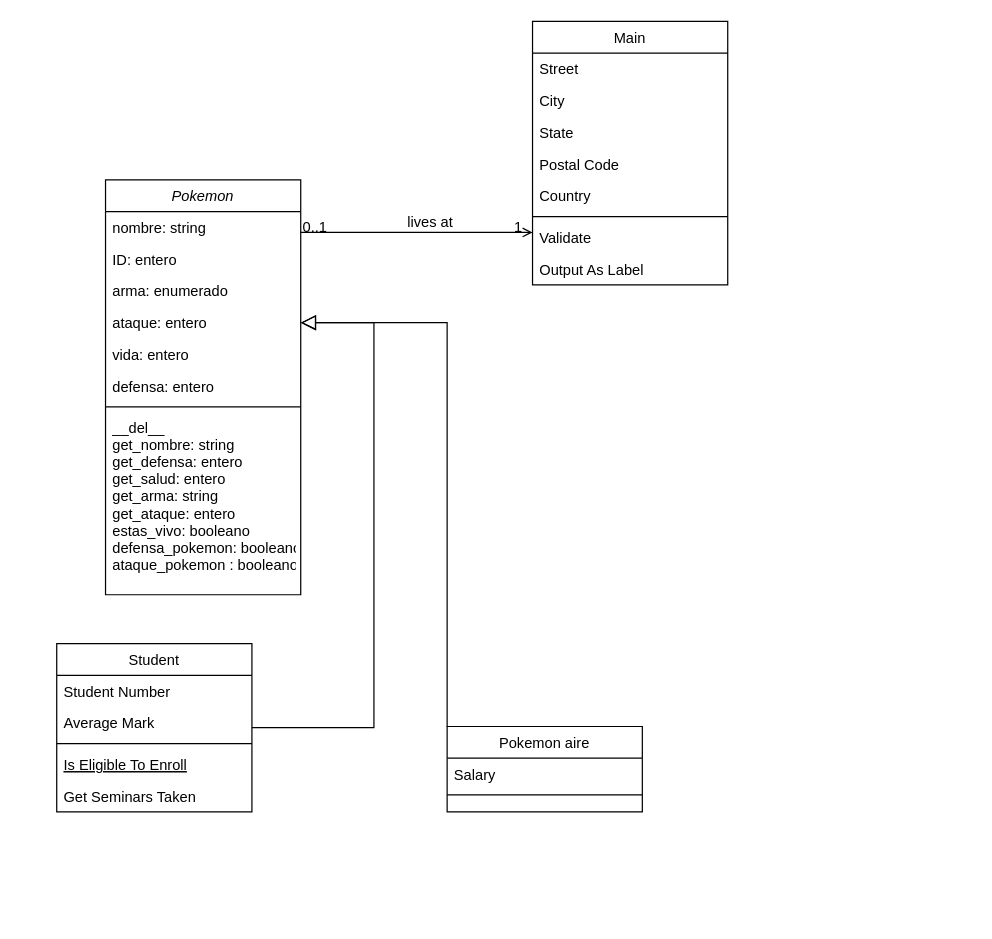
The draw.io diagram Pokemon.drawio in andmansim/Parcial-del-8, before the edit. Source tidied: cells renumbered, new cells numbered last; positions are measured from the earlier drawing's top-left corner, leaving out a move shared by most shapes. Both pictures are drawn from the tidied source at 122%, with x=0, y=0 at pixel (56, 21).
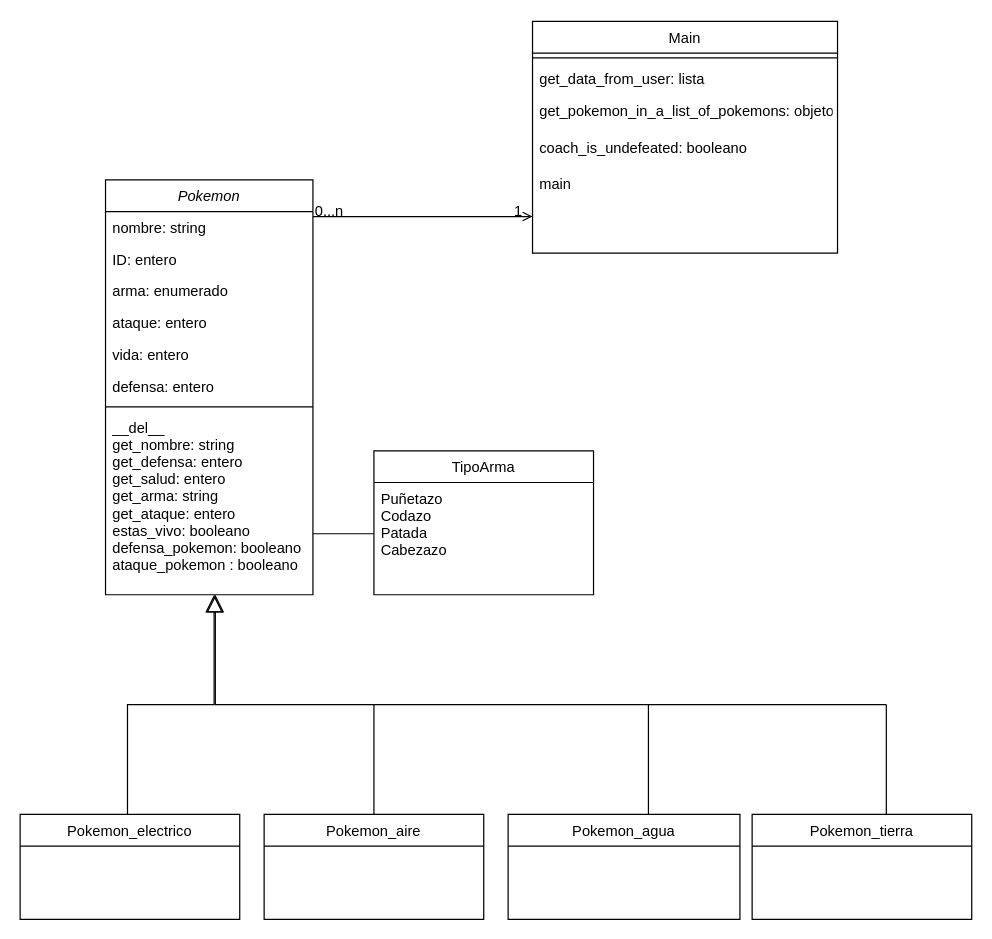
The same page after the edit.

The change refers to these unchanged cells:
```xml
<mxCell id="30" style="endArrow=open;shadow=0;strokeWidth=1;rounded=0;endFill=1;edgeStyle=elbowEdgeStyle;elbow=vertical;" parent="1" edge="1" source="2" target="21">
  <mxGeometry x="0.5" y="41" relative="1" as="geometry">
    <mxPoint x="-40" y="32" as="offset" />
  </mxGeometry>
</mxCell>
```

Diff of the diagram source:
```diff
@@
     <mxCell id="2" value="Pokemon" style="swimlane;fontStyle=2;align=center;verticalAlign=top;horizontal=1;startSize=26;rounded=0;shadow=0;strokeWidth=1;" parent="1" vertex="1">
-      <mxGeometry x="40" y="130" width="160" height="340" as="geometry" />
+      <mxGeometry x="40" y="130" width="170" height="340" as="geometry" />
     </mxCell>
     <mxCell id="3" value="nombre: string" style="text;align=left;verticalAlign=top;spacingLeft=4;spacingRight=4;overflow=hidden;" parent="2" vertex="1">
-      <mxGeometry y="26" width="160" height="26" as="geometry" />
+      <mxGeometry y="26" width="170" height="26" as="geometry" />
     </mxCell>
     <mxCell id="4" value="ID: entero" style="text;align=left;verticalAlign=top;spacingLeft=4;spacingRight=4;overflow=hidden;rounded=0;shadow=0;html=0;" parent="2" vertex="1">
-      <mxGeometry y="52" width="160" height="26" as="geometry" />
+      <mxGeometry y="52" width="170" height="26" as="geometry" />
     </mxCell>
     <mxCell id="5" value="arma: enumerado" style="text;align=left;verticalAlign=top;spacingLeft=4;spacingRight=4;overflow=hidden;rounded=0;shadow=0;html=0;" parent="2" vertex="1">
-      <mxGeometry y="78" width="160" height="26" as="geometry" />
+      <mxGeometry y="78" width="170" height="26" as="geometry" />
     </mxCell>
     <mxCell id="6" value="ataque: entero" style="text;align=left;verticalAlign=top;spacingLeft=4;spacingRight=4;overflow=hidden;points=[[0,0.5],[1,0.5]];portConstraint=eastwest;rounded=0;shadow=0;html=0;" parent="2" vertex="1">
-      <mxGeometry y="104" width="160" height="26" as="geometry" />
+      <mxGeometry y="104" width="170" height="26" as="geometry" />
     </mxCell>
     <mxCell id="7" value="vida: entero" style="text;align=left;verticalAlign=top;spacingLeft=4;spacingRight=4;overflow=hidden;rounded=0;shadow=0;html=0;" parent="2" vertex="1">
-      <mxGeometry y="130" width="160" height="26" as="geometry" />
+      <mxGeometry y="130" width="170" height="26" as="geometry" />
     </mxCell>
     <mxCell id="8" value="defensa: entero" style="text;align=left;verticalAlign=top;spacingLeft=4;spacingRight=4;overflow=hidden;rounded=0;shadow=0;html=0;" parent="2" vertex="1">
-      <mxGeometry y="156" width="160" height="26" as="geometry" />
+      <mxGeometry y="156" width="170" height="26" as="geometry" />
     </mxCell>
     <mxCell id="9" style="line;html=1;strokeWidth=1;align=left;verticalAlign=middle;spacingTop=-1;spacingLeft=3;spacingRight=3;labelPosition=right;" parent="2" vertex="1">
-      <mxGeometry y="182" width="160" height="8" as="geometry" />
+      <mxGeometry y="182" width="170" height="8" as="geometry" />
     </mxCell>
     <mxCell id="10" value="__del__&#10;get_nombre: string&#10;get_defensa: entero&#10;get_salud: entero&#10;get_arma: string&#10;get_ataque: entero&#10;estas_vivo: booleano&#10;defensa_pokemon: booleano&#10;ataque_pokemon : booleano" style="text;align=left;verticalAlign=top;spacingLeft=4;spacingRight=4;overflow=hidden;" parent="2" vertex="1">
-      <mxGeometry y="190" width="160" height="150" as="geometry" />
+      <mxGeometry y="190" width="170" height="150" as="geometry" />
     </mxCell>
-    <mxCell id="11" value="Student" style="swimlane;fontStyle=0;align=center;verticalAlign=top;horizontal=1;startSize=26;rounded=0;shadow=0;strokeWidth=1;" parent="1" vertex="1">
-      <mxGeometry y="510" width="160" height="138" as="geometry" />
-    </mxCell>
-    <mxCell id="12" value="Student Number" style="text;align=left;verticalAlign=top;spacingLeft=4;spacingRight=4;overflow=hidden;" parent="11" vertex="1">
-      <mxGeometry y="26" width="160" height="26" as="geometry" />
-    </mxCell>
-    <mxCell id="13" value="Average Mark" style="text;align=left;verticalAlign=top;spacingLeft=4;spacingRight=4;overflow=hidden;rounded=0;shadow=0;html=0;" parent="11" vertex="1">
-      <mxGeometry y="52" width="160" height="26" as="geometry" />
-    </mxCell>
-    <mxCell id="14" style="line;html=1;strokeWidth=1;align=left;verticalAlign=middle;spacingTop=-1;spacingLeft=3;spacingRight=3;labelPosition=right;" parent="11" vertex="1">
-      <mxGeometry y="78" width="160" height="8" as="geometry" />
-    </mxCell>
-    <mxCell id="15" value="Is Eligible To Enroll" style="text;align=left;verticalAlign=top;spacingLeft=4;spacingRight=4;overflow=hidden;fontStyle=4;" parent="11" vertex="1">
-      <mxGeometry y="86" width="160" height="26" as="geometry" />
-    </mxCell>
-    <mxCell id="16" value="Get Seminars Taken" style="text;align=left;verticalAlign=top;spacingLeft=4;spacingRight=4;overflow=hidden;" parent="11" vertex="1">
-      <mxGeometry y="112" width="160" height="26" as="geometry" />
-    </mxCell>
-    <mxCell id="17" style="endArrow=block;endSize=10;endFill=0;shadow=0;strokeWidth=1;rounded=0;edgeStyle=elbowEdgeStyle;elbow=vertical;entryX=1;entryY=0.5;entryDx=0;entryDy=0;" parent="1" edge="1" source="11" target="6">
-      <mxGeometry relative="1" as="geometry">
-        <Array as="points">
-          <mxPoint x="260" y="490" />
-        </Array>
-      </mxGeometry>
-    </mxCell>
-    <mxCell id="18" value="Pokemon aire" style="swimlane;fontStyle=0;align=center;verticalAlign=top;horizontal=1;startSize=26;rounded=0;shadow=0;strokeWidth=1;" parent="1" vertex="1">
-      <mxGeometry x="320" y="578" width="160" height="70" as="geometry" />
+    <mxCell id="18" value="Pokemon_aire" style="swimlane;fontStyle=0;align=center;verticalAlign=top;horizontal=1;startSize=26;rounded=0;shadow=0;strokeWidth=1;" parent="1" vertex="1">
+      <mxGeometry x="170" y="650" width="180" height="86" as="geometry" />
     </mxCell>
-    <mxCell id="19" value="Salary" style="text;align=left;verticalAlign=top;spacingLeft=4;spacingRight=4;overflow=hidden;" parent="18" vertex="1">
-      <mxGeometry y="26" width="160" height="26" as="geometry" />
-    </mxCell>
-    <mxCell id="20" style="line;html=1;strokeWidth=1;align=left;verticalAlign=middle;spacingTop=-1;spacingLeft=3;spacingRight=3;labelPosition=right;" parent="18" vertex="1">
-      <mxGeometry y="52" width="160" height="8" as="geometry" />
-    </mxCell>
     <mxCell id="21" value="Main" style="swimlane;fontStyle=0;align=center;verticalAlign=top;horizontal=1;startSize=26;rounded=0;shadow=0;strokeWidth=1;" parent="1" vertex="1">
-      <mxGeometry x="390" width="160" height="216" as="geometry" />
+      <mxGeometry x="390" width="250" height="190" as="geometry" />
     </mxCell>
-    <mxCell id="22" value="Street" style="text;align=left;verticalAlign=top;spacingLeft=4;spacingRight=4;overflow=hidden;" parent="21" vertex="1">
-      <mxGeometry y="26" width="160" height="26" as="geometry" />
-    </mxCell>
-    <mxCell id="23" value="City" style="text;align=left;verticalAlign=top;spacingLeft=4;spacingRight=4;overflow=hidden;rounded=0;shadow=0;html=0;" parent="21" vertex="1">
-      <mxGeometry y="52" width="160" height="26" as="geometry" />
-    </mxCell>
-    <mxCell id="24" value="State" style="text;align=left;verticalAlign=top;spacingLeft=4;spacingRight=4;overflow=hidden;rounded=0;shadow=0;html=0;" parent="21" vertex="1">
-      <mxGeometry y="78" width="160" height="26" as="geometry" />
-    </mxCell>
-    <mxCell id="25" value="Postal Code" style="text;align=left;verticalAlign=top;spacingLeft=4;spacingRight=4;overflow=hidden;rounded=0;shadow=0;html=0;" parent="21" vertex="1">
-      <mxGeometry y="104" width="160" height="26" as="geometry" />
-    </mxCell>
-    <mxCell id="26" value="Country" style="text;align=left;verticalAlign=top;spacingLeft=4;spacingRight=4;overflow=hidden;rounded=0;shadow=0;html=0;" parent="21" vertex="1">
-      <mxGeometry y="130" width="160" height="26" as="geometry" />
-    </mxCell>
     <mxCell id="27" style="line;html=1;strokeWidth=1;align=left;verticalAlign=middle;spacingTop=-1;spacingLeft=3;spacingRight=3;labelPosition=right;" parent="21" vertex="1">
-      <mxGeometry y="156" width="160" height="8" as="geometry" />
+      <mxGeometry y="26" width="250" height="8" as="geometry" />
     </mxCell>
-    <mxCell id="28" value="Validate" style="text;align=left;verticalAlign=top;spacingLeft=4;spacingRight=4;overflow=hidden;" parent="21" vertex="1">
-      <mxGeometry y="164" width="160" height="26" as="geometry" />
+    <mxCell id="28" value="get_data_from_user: lista" style="text;align=left;verticalAlign=top;spacingLeft=4;spacingRight=4;overflow=hidden;" parent="21" vertex="1">
+      <mxGeometry y="34" width="250" height="26" as="geometry" />
     </mxCell>
-    <mxCell id="29" value="Output As Label" style="text;align=left;verticalAlign=top;spacingLeft=4;spacingRight=4;overflow=hidden;" parent="21" vertex="1">
-      <mxGeometry y="190" width="160" height="26" as="geometry" />
+    <mxCell id="29" value="get_pokemon_in_a_list_of_pokemons: objeto" style="text;align=left;verticalAlign=top;spacingLeft=4;spacingRight=4;overflow=hidden;" parent="21" vertex="1">
+      <mxGeometry y="60" width="250" height="30" as="geometry" />
     </mxCell>
+    <mxCell id="35" value="coach_is_undefeated: booleano&#10;" style="text;align=left;verticalAlign=top;spacingLeft=4;spacingRight=4;overflow=hidden;" parent="21" vertex="1">
+      <mxGeometry y="90" width="250" height="30" as="geometry" />
+    </mxCell>
+    <mxCell id="36" value="main" style="text;align=left;verticalAlign=top;spacingLeft=4;spacingRight=4;overflow=hidden;" parent="21" vertex="1">
+      <mxGeometry y="120" width="250" height="70" as="geometry" />
+    </mxCell>
@@
-    <mxCell id="31" value="0..1" style="align=left;verticalAlign=bottom;labelBackgroundColor=none;fontSize=12;" parent="30" vertex="1">
+    <mxCell id="31" value="0...n" style="align=left;verticalAlign=bottom;labelBackgroundColor=none;fontSize=12;" parent="30" vertex="1">
       <mxGeometry x="-1" relative="1" as="geometry">
         <mxPoint y="4" as="offset" />
       </mxGeometry>
     </mxCell>
@@
-    <mxCell id="33" value="lives at" style="text;html=1;align=center;verticalAlign=middle;labelBackgroundColor=none;rounded=0;shadow=0;strokeWidth=1;fontSize=12;" parent="30" vertex="1">
-      <mxGeometry x="0.5" y="49" relative="1" as="geometry">
-        <mxPoint x="-38" y="40" as="offset" />
-      </mxGeometry>
-    </mxCell>
-    <mxCell id="34" style="endArrow=block;endSize=10;endFill=0;shadow=0;strokeWidth=1;rounded=0;edgeStyle=elbowEdgeStyle;elbow=vertical;exitX=0;exitY=0;exitDx=0;exitDy=0;" parent="1" edge="1" source="18">
-      <mxGeometry relative="1" as="geometry">
-        <mxPoint x="200" y="247" as="targetPoint" />
-        <Array as="points">
-          <mxPoint x="290" y="247" />
-        </Array>
-      </mxGeometry>
-    </mxCell>
+    <mxCell id="37" value="Pokemon_agua" style="swimlane;fontStyle=0;align=center;verticalAlign=top;horizontal=1;startSize=26;rounded=0;shadow=0;strokeWidth=1;" parent="1" vertex="1">
+      <mxGeometry x="370" y="650" width="190" height="86" as="geometry" />
+    </mxCell>
+    <mxCell id="38" value="Pokemon_electrico" style="swimlane;fontStyle=0;align=center;verticalAlign=top;horizontal=1;startSize=26;rounded=0;shadow=0;strokeWidth=1;" parent="1" vertex="1">
+      <mxGeometry x="-30" y="650" width="180" height="86" as="geometry" />
+    </mxCell>
+    <mxCell id="39" value="Pokemon_tierra" style="swimlane;fontStyle=0;align=center;verticalAlign=top;horizontal=1;startSize=26;rounded=0;shadow=0;strokeWidth=1;" parent="1" vertex="1">
+      <mxGeometry x="570" y="650" width="180" height="86" as="geometry" />
+    </mxCell>
+    <mxCell id="40" value="TipoArma" style="swimlane;fontStyle=0;align=center;verticalAlign=top;horizontal=1;startSize=26;rounded=0;shadow=0;strokeWidth=1;" parent="1" vertex="1">
+      <mxGeometry x="260" y="352" width="180" height="118" as="geometry" />
+    </mxCell>
+    <mxCell id="41" value="Puñetazo&#10;Codazo&#10;Patada&#10;Cabezazo" style="text;align=left;verticalAlign=top;spacingLeft=4;spacingRight=4;overflow=hidden;" parent="40" vertex="1">
+      <mxGeometry y="26" width="180" height="84" as="geometry" />
+    </mxCell>
+    <mxCell id="42" style="endArrow=block;endFill=0;endSize=12;html=1;rounded=0;exitX=0.5;exitY=0;exitDx=0;exitDy=0;" parent="1" edge="1" source="18">
+      <mxGeometry relative="1" as="geometry">
+        <mxPoint x="130" y="470" as="targetPoint" />
+        <Array as="points">
+          <mxPoint x="260" y="560" />
+          <mxPoint x="130" y="560" />
+        </Array>
+      </mxGeometry>
+    </mxCell>
+    <mxCell id="43" style="endArrow=block;endFill=0;endSize=12;html=1;rounded=0;exitX=0.5;exitY=0;exitDx=0;exitDy=0;" parent="1" edge="1">
+      <mxGeometry relative="1" as="geometry">
+        <mxPoint x="58" y="650" as="sourcePoint" />
+        <mxPoint x="129" y="470" as="targetPoint" />
+        <Array as="points">
+          <mxPoint x="58" y="560" />
+          <mxPoint x="129" y="560" />
+        </Array>
+      </mxGeometry>
+    </mxCell>
+    <mxCell id="44" style="endArrow=none;html=1;rounded=0;" parent="1" edge="1">
+      <mxGeometry relative="1" as="geometry">
+        <mxPoint x="260" y="560" as="sourcePoint" />
+        <mxPoint x="680" y="560" as="targetPoint" />
+      </mxGeometry>
+    </mxCell>
+    <mxCell id="45" style="endArrow=none;html=1;rounded=0;" parent="1" edge="1">
+      <mxGeometry relative="1" as="geometry">
+        <mxPoint x="485" y="650" as="sourcePoint" />
+        <mxPoint x="485" y="560" as="targetPoint" />
+      </mxGeometry>
+    </mxCell>
+    <mxCell id="46" style="endArrow=none;html=1;rounded=0;" parent="1" edge="1">
+      <mxGeometry relative="1" as="geometry">
+        <mxPoint x="680" y="650" as="sourcePoint" />
+        <mxPoint x="680" y="560" as="targetPoint" />
+      </mxGeometry>
+    </mxCell>
+    <mxCell id="47" style="endArrow=none;html=1;rounded=0;" parent="1" edge="1">
+      <mxGeometry relative="1" as="geometry">
+        <mxPoint x="210" y="420" as="sourcePoint" />
+        <mxPoint x="260" y="420" as="targetPoint" />
+      </mxGeometry>
+    </mxCell>
```
